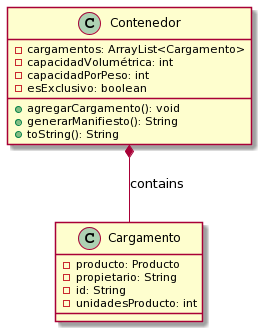
Before: Taller2_Contenedores/docs/class_diagrams/contenedorCargamento.png, a diagram exported from PlantUML (zejiran/object-oriented-design-and-programming). Source of this version:
```plantuml
@startuml
class Contenedor {
 - cargamentos: ArrayList<Cargamento>
 - capacidadVolumétrica: int
 - capacidadPorPeso: int
 - esExclusivo: boolean
 + agregarCargamento(): void
 + generarManifiesto(): String
 + toString(): String
}

class Cargamento {
 - producto: Producto
 - propietario: String
 - id: String
 - unidadesProducto: int
}

Contenedor *-- Cargamento: contains
@enduml
```
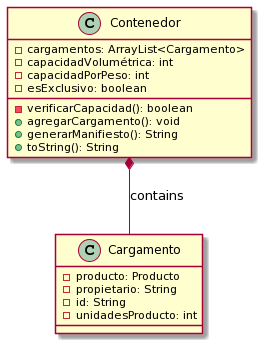
The same diagram one commit later.

Diff of the diagram source:
```diff
@@ -4,6 +4,7 @@
  - capacidadVolumétrica: int
  - capacidadPorPeso: int
  - esExclusivo: boolean
+ - verificarCapacidad(): boolean
  + agregarCargamento(): void
  + generarManifiesto(): String
  + toString(): String
```
